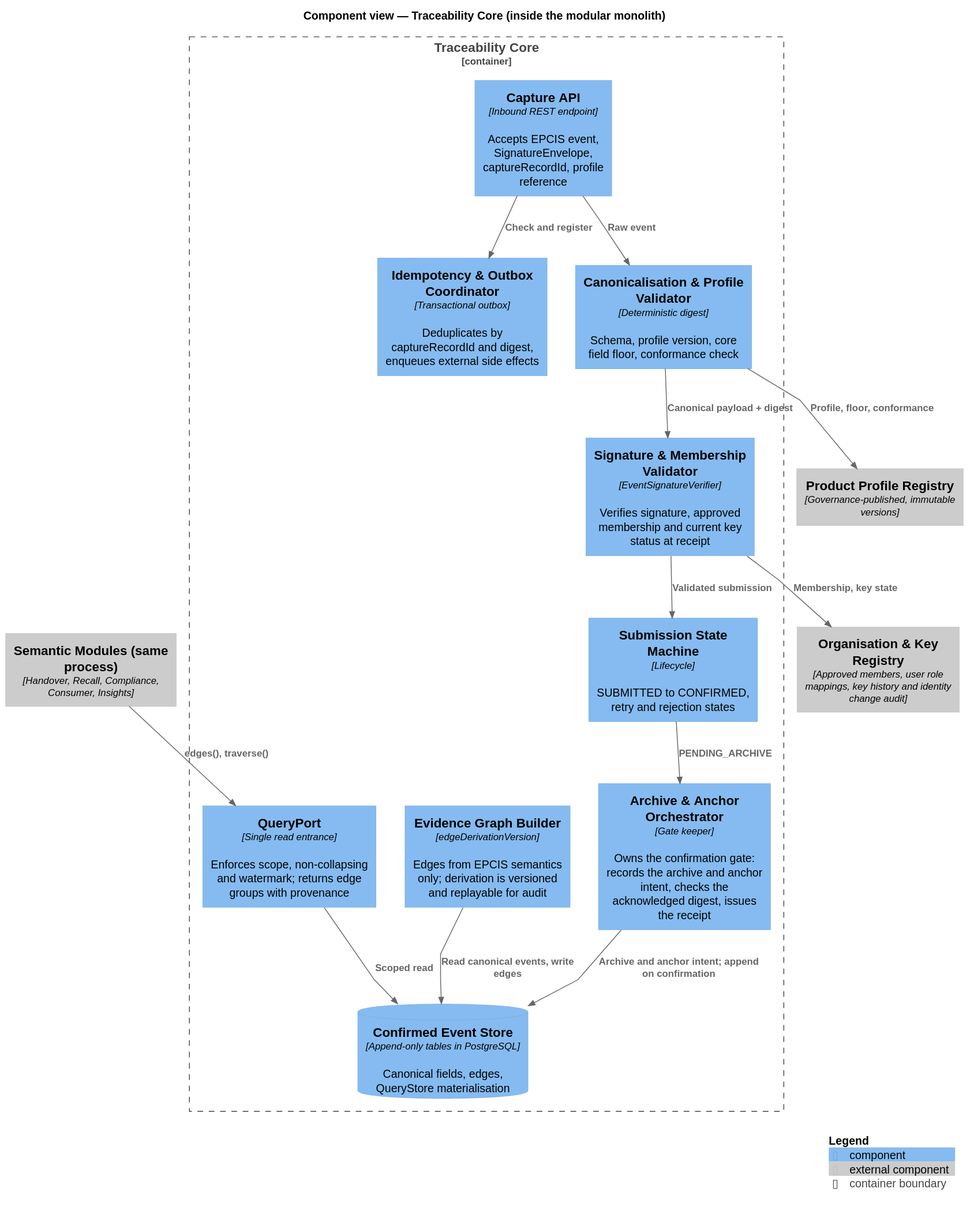
Above: docs/public/diagrams/core-component.svg in kuangshen04/48433assignment (PlantUML), before the change.
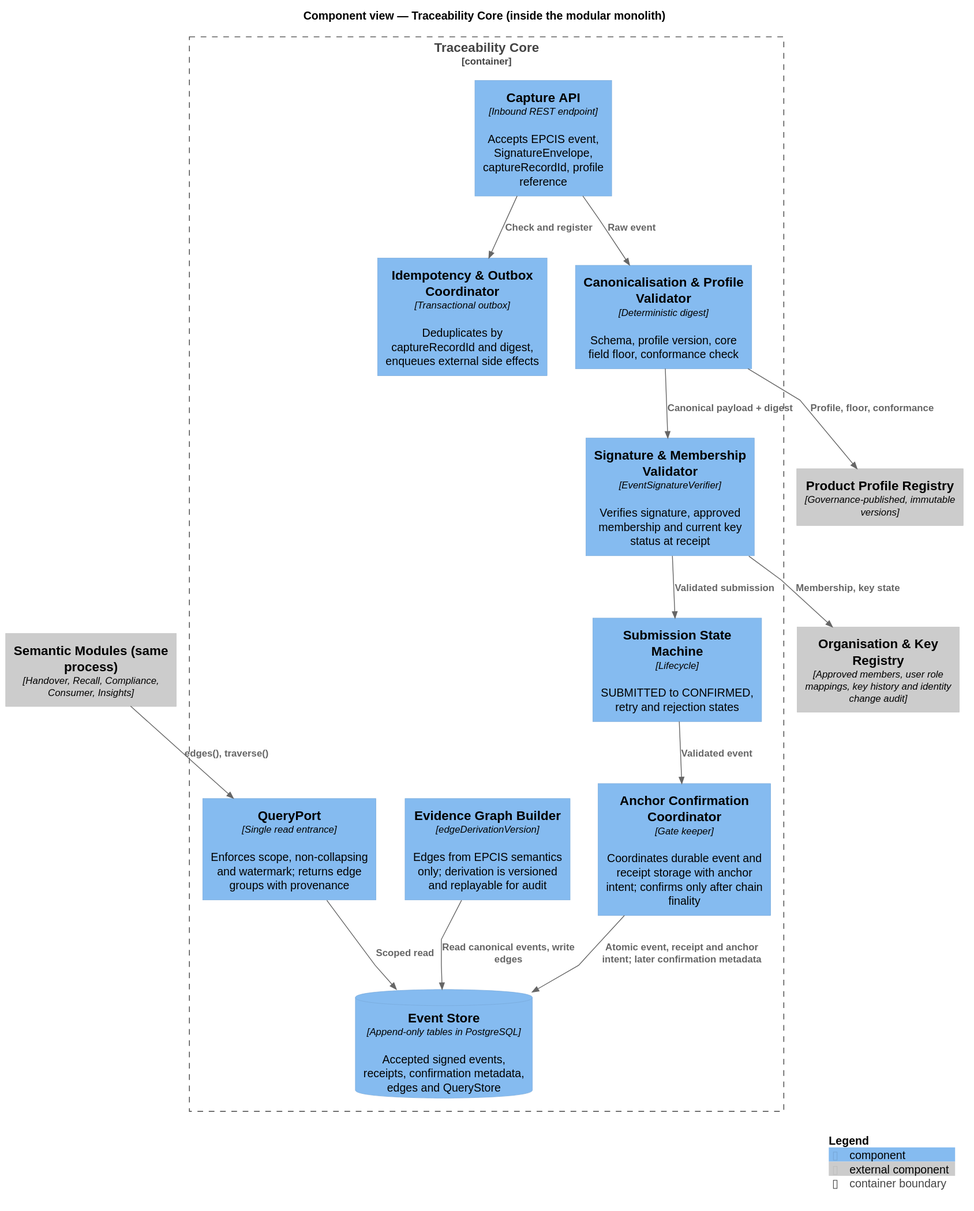
Later version of the same file.

Diff of the diagram source:
```diff
@@ -11,9 +11,9 @@
   Component(canon, "Canonicalisation & Profile Validator", "Deterministic digest", "Schema, profile version, core field floor, conformance check")
   Component(sig, "Signature & Membership Validator", "EventSignatureVerifier", "Verifies signature, approved membership and current key status at receipt")
   Component(sm, "Submission State Machine", "Lifecycle", "SUBMITTED to CONFIRMED, retry and rejection states")
-  Component(orch, "Archive & Anchor Orchestrator", "Gate keeper", "Owns the confirmation gate: records the archive and anchor intent, checks the acknowledged digest, issues the receipt")
+  Component(orch, "Anchor Confirmation Coordinator", "Gate keeper", "Coordinates durable event and receipt storage with anchor intent; confirms only after chain finality")
   Component(graph, "Evidence Graph Builder", "edgeDerivationVersion", "Edges from EPCIS semantics only; derivation is versioned and replayable for audit")
-  ComponentDb(store, "Confirmed Event Store", "Append-only tables in PostgreSQL", "Canonical fields, edges, QueryStore materialisation")
+  ComponentDb(store, "Event Store", "Append-only tables in PostgreSQL", "Accepted signed events, receipts, confirmation metadata, edges and QueryStore")
   Component(query, "QueryPort", "Single read entrance", "Enforces scope, non-collapsing and watermark; returns edge groups with provenance")
 }
 
@@ -25,8 +25,8 @@
 Rel(capture, canon, "Raw event")
 Rel(canon, sig, "Canonical payload + digest")
 Rel(sig, sm, "Validated submission")
-Rel(sm, orch, "PENDING_ARCHIVE")
-Rel(orch, store, "Archive and anchor intent; append on confirmation")
+Rel(sm, orch, "Validated event")
+Rel(orch, store, "Atomic event, receipt and anchor intent; later confirmation metadata")
 Rel(graph, store, "Read canonical events, write edges")
 Rel_Down(query, store, "Scoped read")
 Rel(modules, query, "edges(), traverse()")
```
